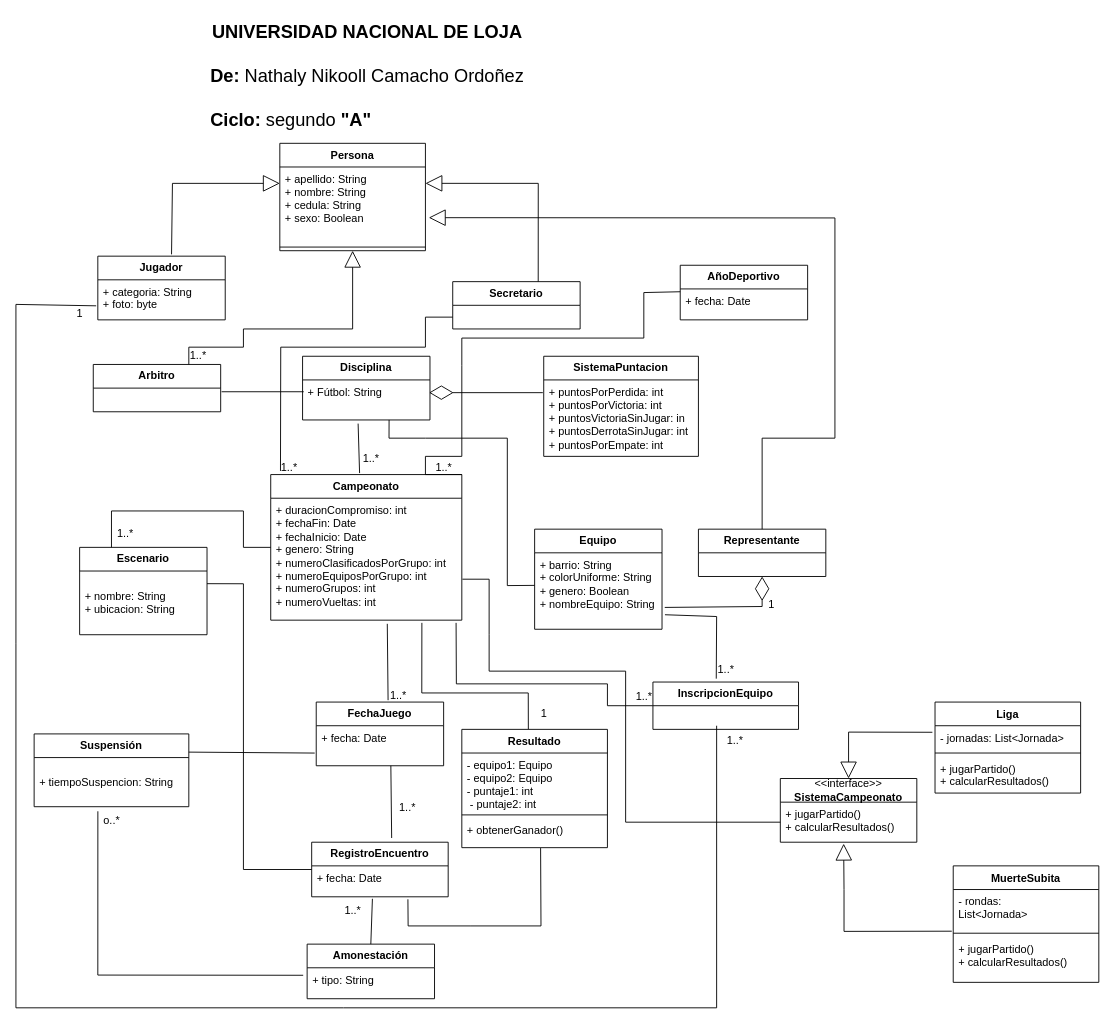
The draw.io diagram Deportes_POO.drawio in Nikooll/Deportes_POO, before the edit. Source tidied: cells renumbered, new cells numbered last; positions are measured from the earlier drawing's top-left corner, leaving out a move shared by most shapes. Both pictures are drawn from the tidied source at 91%, with x=0, y=0 at pixel (15, 15).
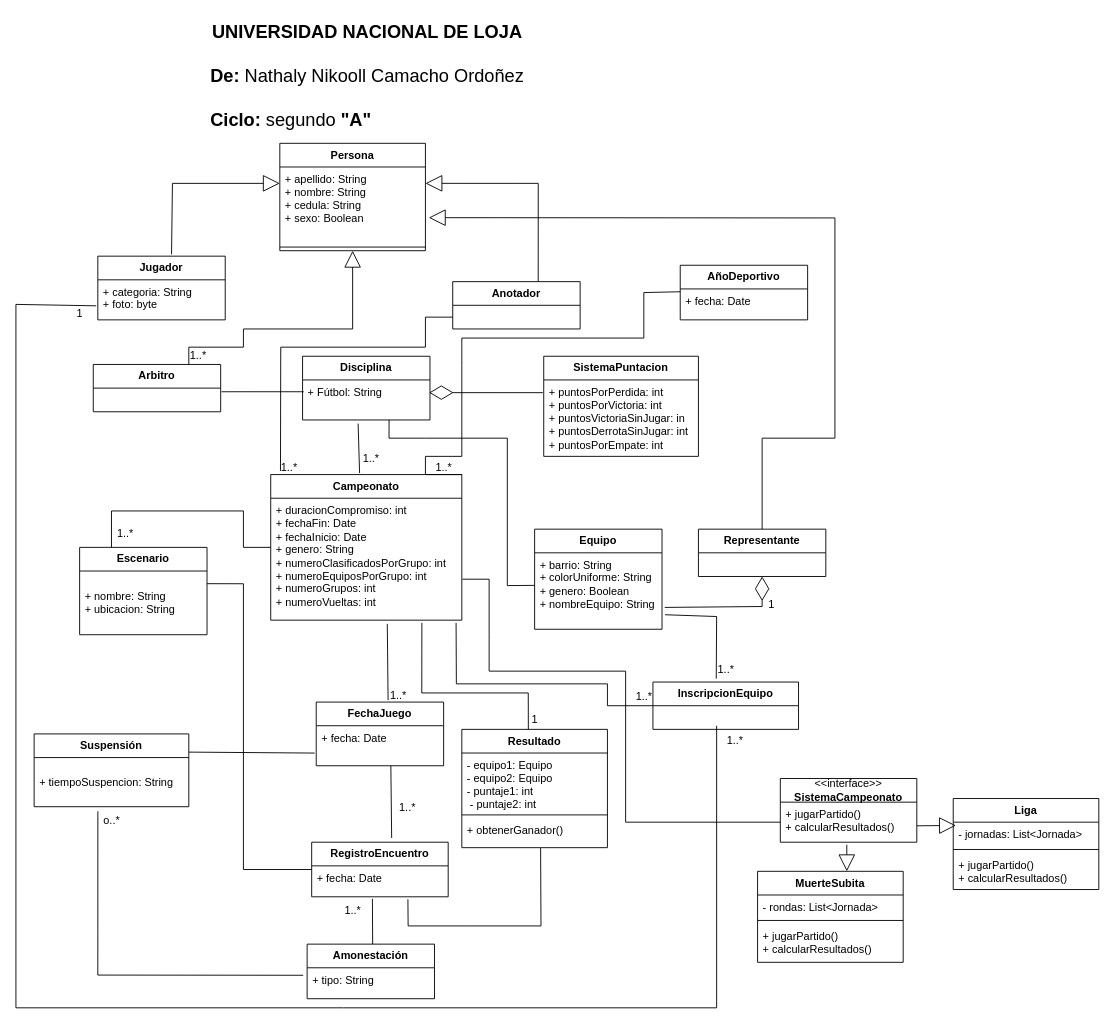
The same page after the edit.

The change refers to these unchanged cells:
```xml
<mxCell id="38" value="+ fecha: Date " style="text;strokeColor=none;fillColor=none;align=left;verticalAlign=top;spacingLeft=4;spacingRight=4;overflow=hidden;points=[[0,0.5],[1,0.5]];portConstraint=eastwest;whiteSpace=wrap;html=1;" parent="37" vertex="1">
  <mxGeometry y="26" width="150" height="34" as="geometry" />
</mxCell>
<mxCell id="46" value="&lt;b&gt;Amonestación&lt;/b&gt;" style="swimlane;fontStyle=0;horizontal=1;startSize=26;fillColor=none;whiteSpace=wrap;html=1;" parent="1" vertex="1">
  <mxGeometry x="320" y="1020" width="140" height="60" as="geometry" />
</mxCell>
<mxCell id="70" value="&lt;div&gt;&amp;lt;&amp;lt;interface&amp;gt;&amp;gt;&lt;/div&gt;&lt;div&gt;&lt;b&gt;SistemaCampeonato&lt;/b&gt;&lt;br&gt;&lt;/div&gt;" style="swimlane;fontStyle=0;horizontal=1;startSize=26;fillColor=none;whiteSpace=wrap;html=1;" parent="1" vertex="1">
  <mxGeometry x="840" y="838" width="150" height="70" as="geometry" />
</mxCell>
<mxCell id="71" value="+ jugarPartido()&lt;br&gt;+ calcularResultados()" style="text;strokeColor=none;fillColor=none;align=left;verticalAlign=top;spacingLeft=4;spacingRight=4;overflow=hidden;points=[[0,0.5],[1,0.5]];portConstraint=eastwest;whiteSpace=wrap;html=1;" parent="70" vertex="1">
  <mxGeometry y="26" width="150" height="44" as="geometry" />
</mxCell>
<mxCell id="84" value="- jornadas: List&amp;lt;Jornada&amp;gt;" style="text;strokeColor=none;fillColor=none;align=left;verticalAlign=top;spacingLeft=4;spacingRight=4;overflow=hidden;points=[[0,0.5],[1,0.5]];portConstraint=eastwest;whiteSpace=wrap;html=1;" parent="83" vertex="1">
  <mxGeometry y="26" width="160" height="26" as="geometry" />
</mxCell>
```

Change to the diagram source:
```diff
@@
-    <mxCell id="9" value="&lt;b&gt;Secretario&lt;/b&gt;" style="swimlane;fontStyle=0;horizontal=1;startSize=26;fillColor=none;whiteSpace=wrap;html=1;" parent="1" vertex="1">
+    <mxCell id="9" value="&lt;b&gt;Anotador&lt;/b&gt;" style="swimlane;fontStyle=0;horizontal=1;startSize=26;fillColor=none;whiteSpace=wrap;html=1;" parent="1" vertex="1">
       <mxGeometry x="480" y="292" width="140" height="52" as="geometry" />
     </mxCell>
@@
     <mxCell id="29" value="1" style="text;html=1;align=center;verticalAlign=middle;strokeColor=none;fillColor=none;" parent="1" vertex="1">
-      <mxGeometry x="565" y="752" width="30" height="30" as="geometry" />
+      <mxGeometry x="555" y="759" width="30" height="30" as="geometry" />
     </mxCell>
@@
-    <mxCell id="48" style="endArrow=none;html=1;rounded=0;entryX=0.445;entryY=1.064;entryDx=0;entryDy=0;entryPerimeter=0;exitX=0.5;exitY=0;exitDx=0;exitDy=0;" parent="1" edge="1" source="46" target="38">
-      <mxGeometry relative="1" as="geometry" />
+    <mxCell id="48" style="endArrow=none;html=1;rounded=0;entryX=0.445;entryY=1.064;entryDx=0;entryDy=0;entryPerimeter=0;" parent="1" edge="1" target="38">
+      <mxGeometry relative="1" as="geometry">
+        <mxPoint x="392" y="1020" as="sourcePoint" />
+      </mxGeometry>
     </mxCell>
@@
-    <mxCell id="77" style="endArrow=block;endSize=16;endFill=0;html=1;rounded=0;exitX=-0.018;exitY=-0.068;exitDx=0;exitDy=0;exitPerimeter=0;entryX=0.5;entryY=0;entryDx=0;entryDy=0;" parent="1" edge="1" target="70">
-      <mxGeometry relative="1" as="geometry">
-        <mxPoint x="1007.1" y="787.2" as="sourcePoint" />
-        <Array as="points">
-          <mxPoint x="915" y="787" />
-        </Array>
-      </mxGeometry>
-    </mxCell>
-    <mxCell id="78" style="endArrow=block;endSize=16;endFill=0;html=1;rounded=0;entryX=0.464;entryY=1.036;entryDx=0;entryDy=0;entryPerimeter=0;exitX=-0.01;exitY=-0.124;exitDx=0;exitDy=0;exitPerimeter=0;" parent="1" edge="1" source="82" target="71">
-      <mxGeometry relative="1" as="geometry">
-        <Array as="points">
-          <mxPoint x="910" y="1006" />
-          <mxPoint x="910" y="960" />
-        </Array>
-      </mxGeometry>
-    </mxCell>
     <mxCell id="79" value="MuerteSubita" style="swimlane;fontStyle=1;align=center;verticalAlign=top;horizontal=1;startSize=26;whiteSpace=wrap;html=1;" parent="1" vertex="1">
-      <mxGeometry x="1030" y="934" width="160" height="128" as="geometry" />
+      <mxGeometry x="815" y="940" width="160" height="100" as="geometry" />
     </mxCell>
-    <mxCell id="80" value="- rondas:&amp;nbsp;&amp;nbsp;&amp;nbsp; &amp;nbsp;&lt;br&gt;List&amp;lt;Jornada&amp;gt;" style="text;strokeColor=none;fillColor=none;align=left;verticalAlign=top;spacingLeft=4;spacingRight=4;overflow=hidden;whiteSpace=wrap;html=1;" parent="79" vertex="1">
-      <mxGeometry y="26" width="160" height="44" as="geometry" />
+    <mxCell id="80" value="- rondas: List&amp;lt;Jornada&amp;gt;" style="text;strokeColor=none;fillColor=none;align=left;verticalAlign=top;spacingLeft=4;spacingRight=4;overflow=hidden;whiteSpace=wrap;html=1;" parent="79" vertex="1">
+      <mxGeometry y="26" width="160" height="24" as="geometry" />
     </mxCell>
     <mxCell id="81" style="line;strokeWidth=1;fillColor=none;align=left;verticalAlign=middle;spacingTop=-1;spacingLeft=3;spacingRight=3;labelPosition=right;strokeColor=inherit;" parent="79" vertex="1">
-      <mxGeometry y="70" width="160" height="8" as="geometry" />
+      <mxGeometry y="50" width="160" height="8" as="geometry" />
     </mxCell>
     <mxCell id="82" value="+ jugarPartido()&lt;br&gt;+ calcularResultados() " style="text;strokeColor=none;fillColor=none;align=left;verticalAlign=top;spacingLeft=4;spacingRight=4;overflow=hidden;points=[[0,0.5],[1,0.5]];portConstraint=eastwest;whiteSpace=wrap;html=1;" parent="79" vertex="1">
-      <mxGeometry y="78" width="160" height="50" as="geometry" />
+      <mxGeometry y="58" width="160" height="42" as="geometry" />
     </mxCell>
     <mxCell id="83" value="Liga      " style="swimlane;fontStyle=1;align=center;verticalAlign=top;horizontal=1;startSize=26;whiteSpace=wrap;html=1;" parent="1" vertex="1">
-      <mxGeometry x="1010" y="754" width="160" height="100" as="geometry" />
+      <mxGeometry x="1030" y="860" width="160" height="100" as="geometry" />
     </mxCell>
@@
+    <mxCell id="87" style="endArrow=block;endSize=16;endFill=0;html=1;rounded=0;exitX=0.487;exitY=1.063;exitDx=0;exitDy=0;exitPerimeter=0;entryX=0.613;entryY=0;entryDx=0;entryDy=0;entryPerimeter=0;" parent="1" edge="1" source="71" target="79">
+      <mxGeometry relative="1" as="geometry" />
+    </mxCell>
+    <mxCell id="88" style="endArrow=block;endSize=16;endFill=0;html=1;rounded=0;entryX=0.019;entryY=0.138;entryDx=0;entryDy=0;entryPerimeter=0;" parent="1" edge="1" target="84">
+      <mxGeometry relative="1" as="geometry">
+        <mxPoint x="990" y="890" as="sourcePoint" />
+      </mxGeometry>
+    </mxCell>
```
